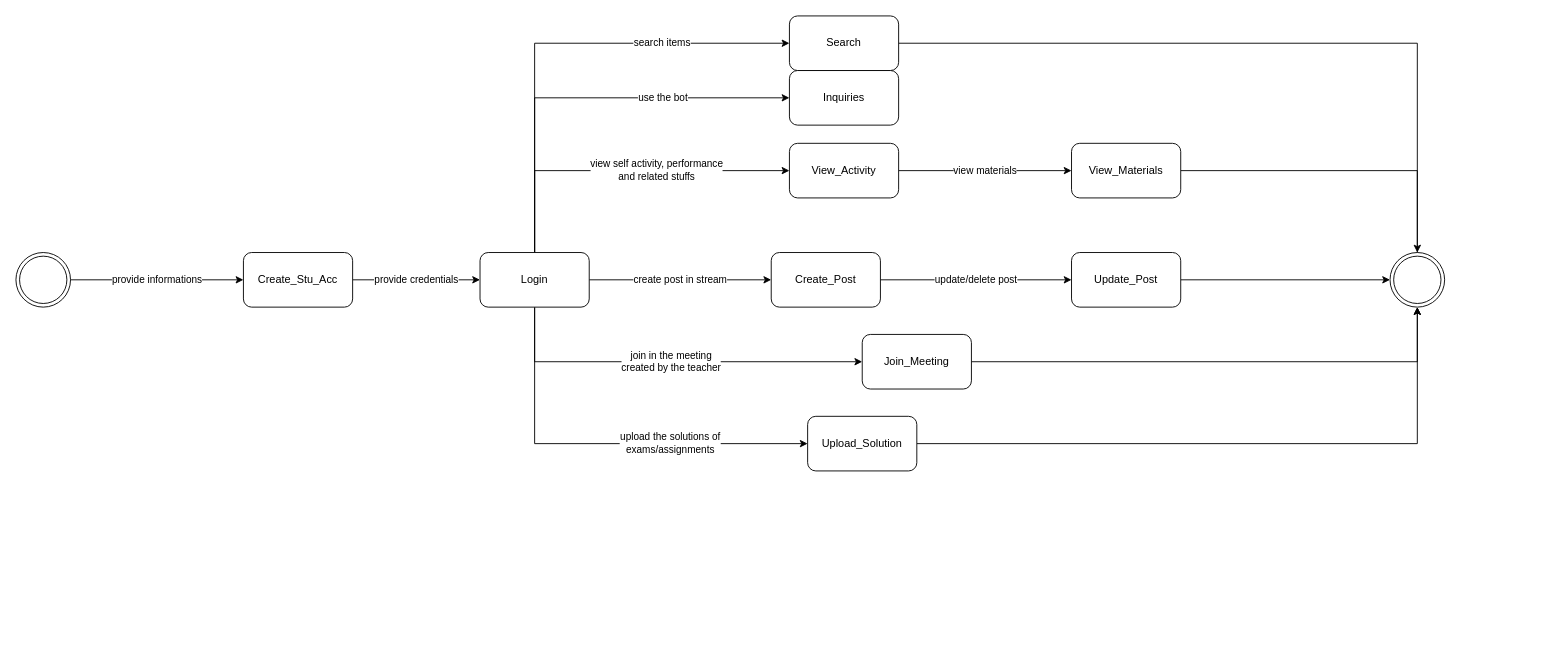
The draw.io diagram page "State-3 Student" (37 of 37) of Diagrams.drawio in shirrsho/E-shcool, before the edit. Source tidied: cells renumbered, new cells numbered last; positions are measured from the earlier drawing's top-left corner, leaving out a move shared by most shapes. Both pictures are drawn from the tidied source at 91%, with x=0, y=0 at pixel (15, 15).
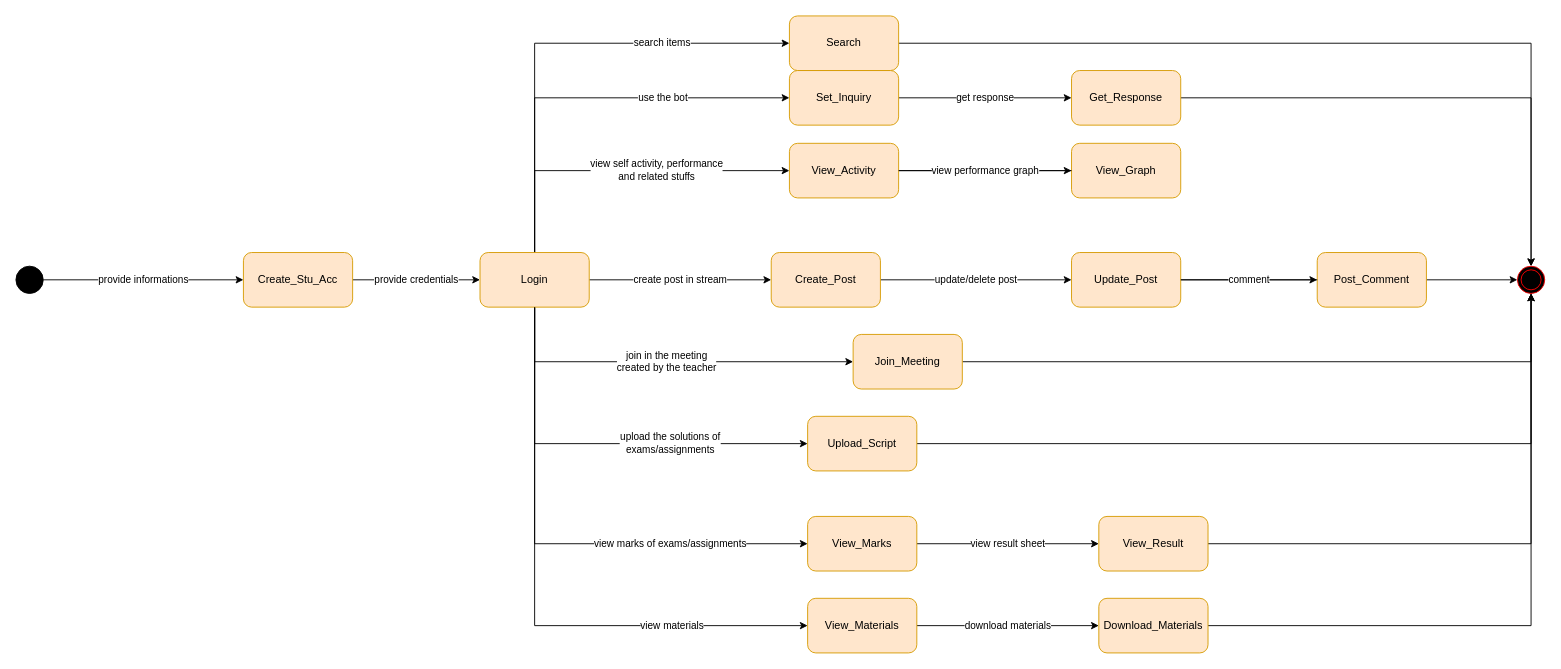
The same page after the edit.

Change to the diagram source:
```diff
@@
-    <mxCell id="3" style="ellipse;shape=doubleEllipse;html=1;dashed=0;whitespace=wrap;" parent="1" vertex="1">
-      <mxGeometry y="260" width="60" height="60" as="geometry" />
+    <mxCell id="3" style="ellipse;shape=doubleEllipse;html=1;dashed=0;whitespace=wrap;fillColor=#000000;" parent="1" vertex="1">
+      <mxGeometry y="275" width="30" height="30" as="geometry" />
     </mxCell>
@@
-    <mxCell id="5" value="Create_Stu_Acc" style="rounded=1;whiteSpace=wrap;html=1;dashed=0;" parent="1" vertex="1">
+    <mxCell id="5" value="Create_Stu_Acc" style="rounded=1;whiteSpace=wrap;html=1;dashed=0;fillColor=#ffe6cc;strokeColor=#d79b00;" parent="1" vertex="1">
       <mxGeometry x="250" y="260" width="120" height="60" as="geometry" />
     </mxCell>
@@
+    <mxCell id="29" value="view marks of exams/assignments" style="edgeStyle=orthogonalEdgeStyle;rounded=0;jettySize=auto;html=1;entryX=0;entryY=0.5;entryDx=0;entryDy=0;exitX=0.5;exitY=1;exitDx=0;exitDy=0;" parent="1" edge="1" source="12" target="40">
+      <mxGeometry x="0.46" relative="1" as="geometry" />
+    </mxCell>
-    <mxCell id="12" value="Login" style="whiteSpace=wrap;html=1;rounded=1;dashed=0;" parent="1" vertex="1">
+    <mxCell id="12" value="Login" style="whiteSpace=wrap;html=1;rounded=1;dashed=0;fillColor=#ffe6cc;strokeColor=#d79b00;" parent="1" vertex="1">
       <mxGeometry x="510" y="260" width="120" height="60" as="geometry" />
     </mxCell>
@@
-    <mxCell id="14" value="Create_Post" style="rounded=1;whiteSpace=wrap;html=1;" parent="1" vertex="1">
+    <mxCell id="14" value="Create_Post" style="rounded=1;whiteSpace=wrap;html=1;fillColor=#ffe6cc;strokeColor=#d79b00;" parent="1" vertex="1">
       <mxGeometry x="830" y="260" width="120" height="60" as="geometry" />
     </mxCell>
-    <mxCell id="15" style="edgeStyle=orthogonalEdgeStyle;rounded=0;jettySize=auto;html=1;entryX=0;entryY=0.5;entryDx=0;entryDy=0;" parent="1" edge="1" source="16" target="28">
+    <mxCell id="15" style="edgeStyle=orthogonalEdgeStyle;rounded=0;jettySize=auto;html=1;entryX=0;entryY=0.5;entryDx=0;entryDy=0;startArrow=none;" parent="1" edge="1" source="34" target="28">
       <mxGeometry relative="1" as="geometry" />
     </mxCell>
+    <mxCell id="30" style="edgeStyle=orthogonalEdgeStyle;rounded=0;jettySize=auto;html=1;" parent="1" edge="1" source="16" target="34">
+      <mxGeometry relative="1" as="geometry" />
+    </mxCell>
-    <mxCell id="16" value="Update_Post" style="rounded=1;whiteSpace=wrap;html=1;" parent="1" vertex="1">
+    <mxCell id="16" value="Update_Post" style="rounded=1;whiteSpace=wrap;html=1;fillColor=#ffe6cc;strokeColor=#d79b00;" parent="1" vertex="1">
       <mxGeometry x="1160" y="260" width="120" height="60" as="geometry" />
     </mxCell>
@@
-    <mxCell id="18" value="Join_Meeting" style="whiteSpace=wrap;html=1;rounded=1;dashed=0;" parent="1" vertex="1">
-      <mxGeometry x="930" y="350" width="120" height="60" as="geometry" />
+    <mxCell id="18" value="Join_Meeting" style="whiteSpace=wrap;html=1;rounded=1;dashed=0;fillColor=#ffe6cc;strokeColor=#d79b00;" parent="1" vertex="1">
+      <mxGeometry x="920" y="350" width="120" height="60" as="geometry" />
     </mxCell>
@@
-    <mxCell id="20" value="Upload_Solution" style="rounded=1;whiteSpace=wrap;html=1;" parent="1" vertex="1">
+    <mxCell id="20" value="Upload_Script" style="rounded=1;whiteSpace=wrap;html=1;fillColor=#ffe6cc;strokeColor=#d79b00;" parent="1" vertex="1">
       <mxGeometry x="870" y="440" width="120" height="60" as="geometry" />
     </mxCell>
+    <mxCell id="31" value="get response" style="edgeStyle=orthogonalEdgeStyle;rounded=0;jettySize=auto;html=1;" parent="1" edge="1" source="21" target="38">
+      <mxGeometry relative="1" as="geometry" />
+    </mxCell>
-    <mxCell id="21" value="Inquiries" style="rounded=1;whiteSpace=wrap;html=1;" parent="1" vertex="1">
+    <mxCell id="21" value="Set_Inquiry" style="rounded=1;whiteSpace=wrap;html=1;fillColor=#ffe6cc;strokeColor=#d79b00;" parent="1" vertex="1">
       <mxGeometry x="850" y="60" width="120" height="60" as="geometry" />
     </mxCell>
@@
-    <mxCell id="23" value="Search" style="rounded=1;whiteSpace=wrap;html=1;" parent="1" vertex="1">
+    <mxCell id="23" value="Search" style="rounded=1;whiteSpace=wrap;html=1;fillColor=#ffe6cc;strokeColor=#d79b00;" parent="1" vertex="1">
       <mxGeometry x="850" width="120" height="60" as="geometry" />
     </mxCell>
-    <mxCell id="24" value="view materials" style="edgeStyle=orthogonalEdgeStyle;rounded=0;jettySize=auto;html=1;" parent="1" edge="1" source="25" target="27">
-      <mxGeometry relative="1" as="geometry" />
+    <mxCell id="24" value="view materials" style="edgeStyle=orthogonalEdgeStyle;rounded=0;jettySize=auto;html=1;startArrow=none;exitX=0.5;exitY=1;exitDx=0;exitDy=0;entryX=0;entryY=0.5;entryDx=0;entryDy=0;" parent="1" edge="1" source="12" target="27">
+      <mxGeometry x="0.54" relative="1" as="geometry" />
     </mxCell>
+    <mxCell id="32" style="edgeStyle=orthogonalEdgeStyle;rounded=0;jettySize=auto;html=1;" parent="1" edge="1" source="25" target="43">
+      <mxGeometry relative="1" as="geometry" />
+    </mxCell>
-    <mxCell id="25" value="View_Activity" style="whiteSpace=wrap;html=1;rounded=1;dashed=0;" parent="1" vertex="1">
+    <mxCell id="25" value="View_Activity" style="whiteSpace=wrap;html=1;rounded=1;dashed=0;fillColor=#ffe6cc;strokeColor=#d79b00;" parent="1" vertex="1">
       <mxGeometry x="850" y="140" width="120" height="60" as="geometry" />
     </mxCell>
-    <mxCell id="26" style="edgeStyle=orthogonalEdgeStyle;rounded=0;jettySize=auto;html=1;entryX=0.5;entryY=0.333;entryDx=0;entryDy=0;entryPerimeter=0;" parent="1" edge="1" source="27" target="28">
+    <mxCell id="26" style="edgeStyle=orthogonalEdgeStyle;rounded=0;jettySize=auto;html=1;entryX=0.5;entryY=0.333;entryDx=0;entryDy=0;entryPerimeter=0;startArrow=none;" parent="1" edge="1" source="36" target="28">
       <mxGeometry relative="1" as="geometry" />
     </mxCell>
+    <mxCell id="33" value="download materials" style="edgeStyle=orthogonalEdgeStyle;rounded=0;jettySize=auto;html=1;" parent="1" edge="1" source="27" target="36">
+      <mxGeometry relative="1" as="geometry" />
+    </mxCell>
-    <mxCell id="27" value="View_Materials" style="whiteSpace=wrap;html=1;rounded=1;dashed=0;" parent="1" vertex="1">
-      <mxGeometry x="1160" y="140" width="120" height="60" as="geometry" />
+    <mxCell id="27" value="View_Materials" style="whiteSpace=wrap;html=1;rounded=1;dashed=0;fillColor=#ffe6cc;strokeColor=#d79b00;" parent="1" vertex="1">
+      <mxGeometry x="870" y="640" width="120" height="60" as="geometry" />
     </mxCell>
-    <mxCell id="28" style="ellipse;shape=doubleEllipse;html=1;dashed=0;whitespace=wrap;" parent="1" vertex="1">
-      <mxGeometry x="1510" y="260" width="60" height="60" as="geometry" />
+    <mxCell id="28" style="ellipse;shape=doubleEllipse;html=1;dashed=0;whitespace=wrap;fillColor=#000000;strokeColor=#FF0000;" parent="1" vertex="1">
+      <mxGeometry x="1650" y="275" width="30" height="30" as="geometry" />
     </mxCell>
+    <mxCell id="34" value="Post_Comment" style="whiteSpace=wrap;html=1;fillColor=#ffe6cc;strokeColor=#d79b00;rounded=1;" parent="1" vertex="1">
+      <mxGeometry x="1430" y="260" width="120" height="60" as="geometry" />
+    </mxCell>
+    <mxCell id="35" value="comment" style="edgeStyle=orthogonalEdgeStyle;rounded=0;jettySize=auto;html=1;entryX=0;entryY=0.5;entryDx=0;entryDy=0;endArrow=none;" parent="1" edge="1" source="16" target="34">
+      <mxGeometry relative="1" as="geometry" />
+    </mxCell>
+    <mxCell id="36" value="Download_Materials" style="whiteSpace=wrap;html=1;fillColor=#ffe6cc;strokeColor=#d79b00;rounded=1;dashed=0;" parent="1" vertex="1">
+      <mxGeometry x="1190" y="640" width="120" height="60" as="geometry" />
+    </mxCell>
+    <mxCell id="37" style="edgeStyle=orthogonalEdgeStyle;rounded=0;jettySize=auto;html=1;entryX=0.5;entryY=0;entryDx=0;entryDy=0;" parent="1" edge="1" source="38" target="28">
+      <mxGeometry relative="1" as="geometry" />
+    </mxCell>
+    <mxCell id="38" value="Get_Response" style="whiteSpace=wrap;html=1;fillColor=#ffe6cc;strokeColor=#d79b00;rounded=1;" parent="1" vertex="1">
+      <mxGeometry x="1160" y="60" width="120" height="60" as="geometry" />
+    </mxCell>
+    <mxCell id="39" value="view result sheet" style="edgeStyle=orthogonalEdgeStyle;rounded=0;jettySize=auto;html=1;" parent="1" edge="1" source="40" target="42">
+      <mxGeometry relative="1" as="geometry" />
+    </mxCell>
+    <mxCell id="40" value="View_Marks" style="rounded=1;whiteSpace=wrap;html=1;fillColor=#ffe6cc;strokeColor=#d79b00;" parent="1" vertex="1">
+      <mxGeometry x="870" y="550" width="120" height="60" as="geometry" />
+    </mxCell>
+    <mxCell id="41" style="edgeStyle=orthogonalEdgeStyle;rounded=0;jettySize=auto;html=1;entryX=0.5;entryY=1;entryDx=0;entryDy=0;" parent="1" edge="1" source="42" target="28">
+      <mxGeometry relative="1" as="geometry" />
+    </mxCell>
+    <mxCell id="42" value="View_Result" style="whiteSpace=wrap;html=1;fillColor=#ffe6cc;strokeColor=#d79b00;rounded=1;" parent="1" vertex="1">
+      <mxGeometry x="1190" y="550" width="120" height="60" as="geometry" />
+    </mxCell>
+    <mxCell id="43" value="View_Graph" style="whiteSpace=wrap;html=1;fillColor=#ffe6cc;strokeColor=#d79b00;rounded=1;dashed=0;" parent="1" vertex="1">
+      <mxGeometry x="1160" y="140" width="120" height="60" as="geometry" />
+    </mxCell>
+    <mxCell id="44" value="view performance graph" style="edgeStyle=orthogonalEdgeStyle;rounded=0;jettySize=auto;html=1;endArrow=none;" parent="1" edge="1" source="25" target="43">
+      <mxGeometry relative="1" as="geometry" />
+    </mxCell>
```
